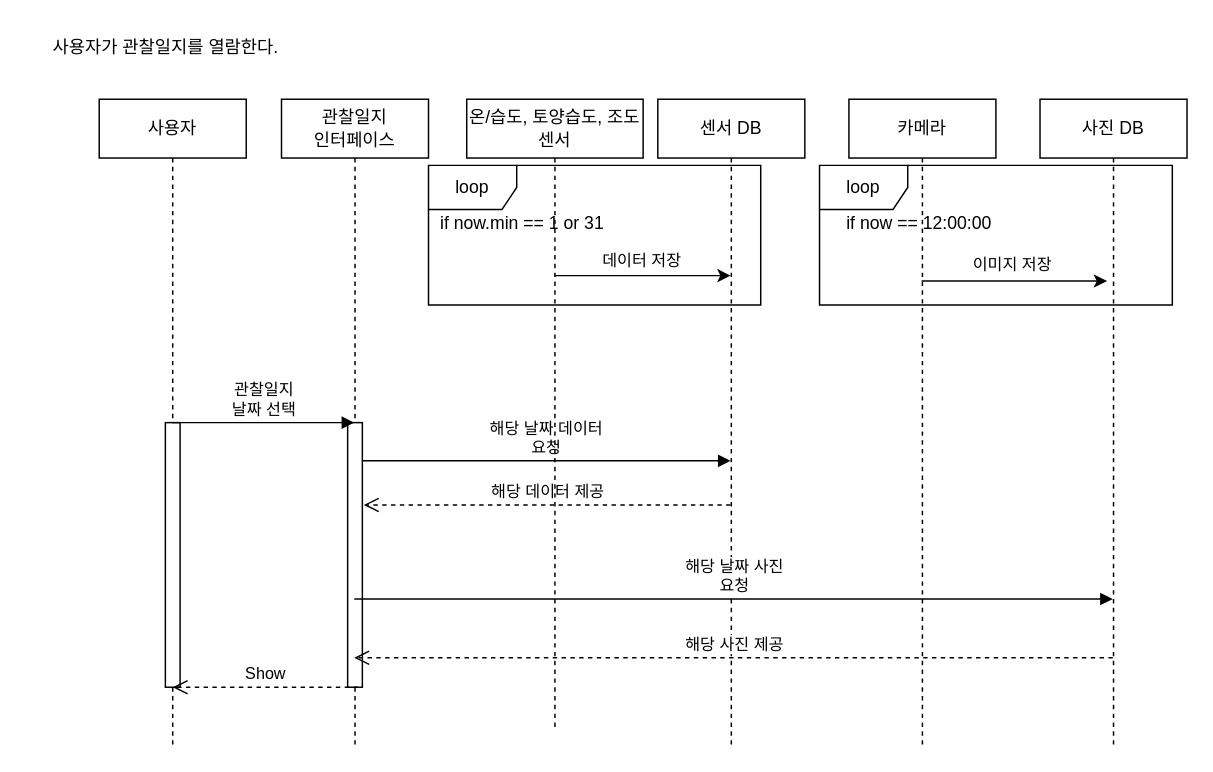
Above: 5주차/시퀀스 다이어그램/diary_sqd.drawio in sonmyungwon/Software-Development (draw.io), before the change. Source tidied: cells renumbered, new cells numbered last; positions are measured from the earlier drawing's top-left corner, leaving out a move shared by most shapes. Both pictures are drawn from the tidied source at 147%, with x=0, y=0 at pixel (25, 25).
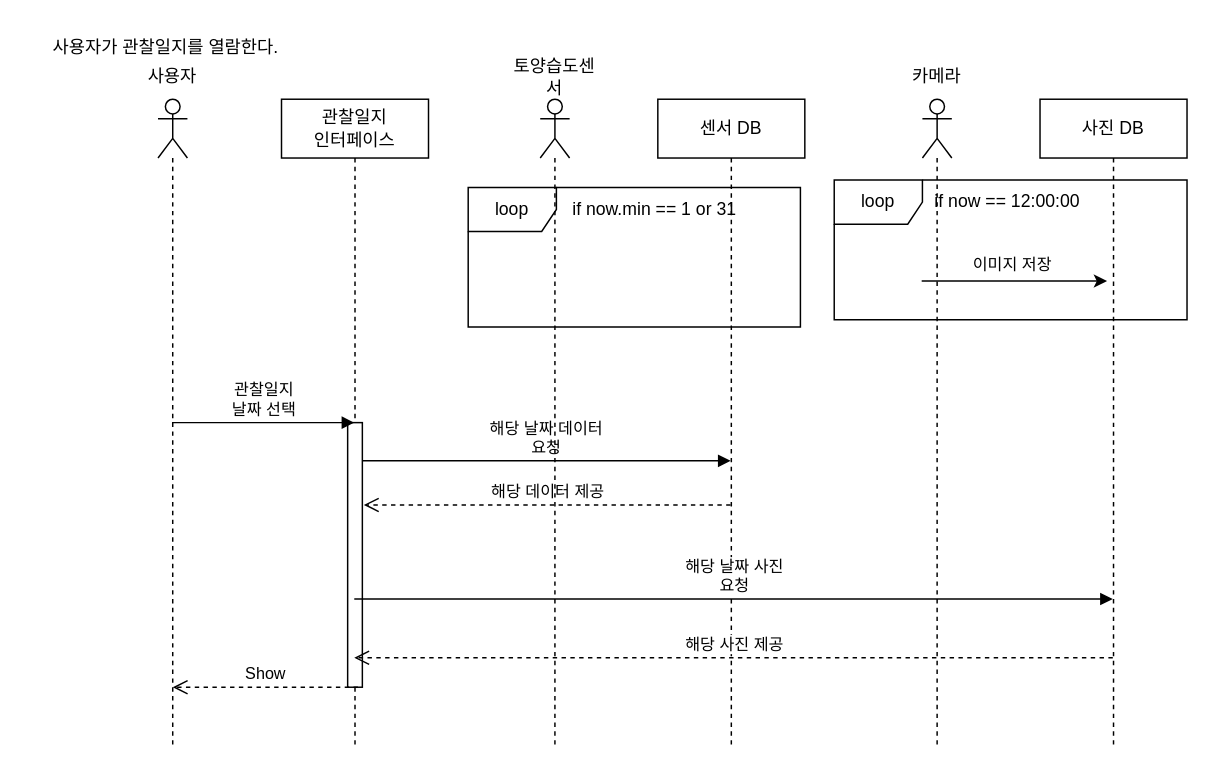
Above is the later version.

Unchanged cells that the change refers to:
```xml
<mxCell id="4" value="관찰일지&lt;br&gt;인터페이스" style="shape=umlLifeline;perimeter=lifelinePerimeter;whiteSpace=wrap;html=1;outlineConnect=0;" parent="1" vertex="1">
  <mxGeometry x="174" y="50" width="100" height="440" as="geometry" />
</mxCell>
<mxCell id="8" value="센서 DB" style="shape=umlLifeline;perimeter=lifelinePerimeter;whiteSpace=wrap;html=1;outlineConnect=0;" parent="1" vertex="1">
  <mxGeometry x="430" y="50" width="100" height="440" as="geometry" />
</mxCell>
<mxCell id="10" value="사진 DB" style="shape=umlLifeline;perimeter=lifelinePerimeter;whiteSpace=wrap;html=1;outlineConnect=0;" parent="1" vertex="1">
  <mxGeometry x="690" y="50" width="100" height="440" as="geometry" />
</mxCell>
```

What changed in the source:
```diff
@@
-    <mxCell id="2" value="사용자" style="shape=umlLifeline;perimeter=lifelinePerimeter;whiteSpace=wrap;html=1;outlineConnect=0;" parent="1" vertex="1">
-      <mxGeometry x="50" y="50" width="100" height="440" as="geometry" />
-    </mxCell>
-    <mxCell id="3" style="html=1;perimeter=orthogonalPerimeter;" parent="2" vertex="1">
-      <mxGeometry x="45" y="220" width="10" height="180" as="geometry" />
-    </mxCell>
@@
-    <mxCell id="6" value="관찰일지&lt;br&gt;날짜 선택" style="html=1;verticalAlign=bottom;endArrow=block;rounded=0;" parent="1" edge="1" source="2" target="4">
-      <mxGeometry relative="1" as="geometry" />
+    <mxCell id="6" value="관찰일지&lt;br&gt;날짜 선택" style="html=1;verticalAlign=bottom;endArrow=block;rounded=0;" parent="1" edge="1" target="4">
+      <mxGeometry relative="1" as="geometry">
+        <mxPoint x="99.5" y="270" as="sourcePoint" />
+      </mxGeometry>
     </mxCell>
@@
-    <mxCell id="9" value="카메라" style="shape=umlLifeline;perimeter=lifelinePerimeter;whiteSpace=wrap;html=1;outlineConnect=0;" parent="1" vertex="1">
-      <mxGeometry x="560" y="50" width="100" height="440" as="geometry" />
-    </mxCell>
+    <mxCell id="20" value="loop" style="shape=umlFrame;whiteSpace=wrap;html=1;" parent="8" vertex="1">
+      <mxGeometry x="-129" y="60" width="226" height="95" as="geometry" />
+    </mxCell>
+    <mxCell id="21" value="if now.min == 1 or 31" style="text;html=1;strokeColor=none;fillColor=none;align=center;verticalAlign=middle;whiteSpace=wrap;rounded=0;" parent="8" vertex="1">
+      <mxGeometry x="-60" y="60" width="116" height="30" as="geometry" />
+    </mxCell>
@@
-    <mxCell id="11" value="loop" style="shape=umlFrame;whiteSpace=wrap;html=1;" parent="10" vertex="1">
-      <mxGeometry x="-150" y="45" width="240" height="95" as="geometry" />
-    </mxCell>
-    <mxCell id="12" value="if now == 12:00:00" style="text;html=1;strokeColor=none;fillColor=none;align=center;verticalAlign=middle;whiteSpace=wrap;rounded=0;" parent="10" vertex="1">
-      <mxGeometry x="-140" y="70" width="116" height="30" as="geometry" />
-    </mxCell>
-    <mxCell id="13" style="endArrow=classic;html=1;rounded=0;entryX=0.06;entryY=0.244;entryDx=0;entryDy=0;entryPerimeter=0;" parent="1" edge="1" source="9">
+    <mxCell id="13" style="endArrow=classic;html=1;rounded=0;entryX=0.06;entryY=0.244;entryDx=0;entryDy=0;entryPerimeter=0;" parent="1" edge="1">
       <mxGeometry relative="1" as="geometry">
+        <mxPoint x="609.5" y="173.7" as="sourcePoint" />
         <mxPoint x="735.6" y="173.7" as="targetPoint" />
       </mxGeometry>
     </mxCell>
@@
-    <mxCell id="19" value="온/습도, 토양습도, 조도 센서" style="shape=umlLifeline;perimeter=lifelinePerimeter;whiteSpace=wrap;html=1;" parent="1" vertex="1">
-      <mxGeometry x="300" y="50" width="120" height="430" as="geometry" />
-    </mxCell>
-    <mxCell id="20" value="loop" style="shape=umlFrame;whiteSpace=wrap;html=1;" parent="19" vertex="1">
-      <mxGeometry x="-26" y="45" width="226" height="95" as="geometry" />
-    </mxCell>
-    <mxCell id="21" value="if now.min == 1 or 31" style="text;html=1;strokeColor=none;fillColor=none;align=center;verticalAlign=middle;whiteSpace=wrap;rounded=0;" parent="19" vertex="1">
-      <mxGeometry x="-20" y="70" width="116" height="30" as="geometry" />
-    </mxCell>
-    <mxCell id="22" style="endArrow=classic;html=1;rounded=0;" parent="19" edge="1" target="8">
-      <mxGeometry relative="1" as="geometry">
-        <mxPoint x="60" y="120" as="sourcePoint" />
-      </mxGeometry>
-    </mxCell>
-    <mxCell id="23" value="데이터 저장" style="edgeLabel;html=1;align=center;verticalAlign=middle;" parent="22" vertex="1">
-      <mxGeometry x="-0.29" y="1" relative="1" as="geometry">
-        <mxPoint x="16" y="-10" as="offset" />
-      </mxGeometry>
-    </mxCell>
@@
+    <mxCell id="25" style="shape=umlLifeline;participant=umlActor;perimeter=lifelinePerimeter;whiteSpace=wrap;html=1;verticalAlign=top;spacingTop=36;" parent="1" vertex="1">
+      <mxGeometry x="90" y="50" width="20" height="440" as="geometry" />
+    </mxCell>
+    <mxCell id="26" style="shape=umlLifeline;participant=umlActor;perimeter=lifelinePerimeter;whiteSpace=wrap;html=1;verticalAlign=top;spacingTop=36;" parent="1" vertex="1">
+      <mxGeometry x="350" y="50" width="20" height="440" as="geometry" />
+    </mxCell>
+    <mxCell id="27" style="shape=umlLifeline;participant=umlActor;perimeter=lifelinePerimeter;whiteSpace=wrap;html=1;verticalAlign=top;spacingTop=36;" parent="1" vertex="1">
+      <mxGeometry x="610" y="50" width="20" height="440" as="geometry" />
+    </mxCell>
+    <mxCell id="2" value="사용자" style="text;html=1;strokeColor=none;fillColor=none;align=center;verticalAlign=middle;whiteSpace=wrap;rounded=0;" parent="1" vertex="1">
+      <mxGeometry x="70" y="20" width="60" height="30" as="geometry" />
+    </mxCell>
+    <mxCell id="28" value="토양습도센서" style="text;html=1;strokeColor=none;fillColor=none;align=center;verticalAlign=middle;whiteSpace=wrap;rounded=0;" parent="1" vertex="1">
+      <mxGeometry x="330" y="20" width="60" height="30" as="geometry" />
+    </mxCell>
+    <mxCell id="9" value="카메라" style="text;html=1;strokeColor=none;fillColor=none;align=center;verticalAlign=middle;whiteSpace=wrap;rounded=0;" parent="1" vertex="1">
+      <mxGeometry x="590" y="20" width="60" height="30" as="geometry" />
+    </mxCell>
+    <mxCell id="11" value="loop" style="shape=umlFrame;whiteSpace=wrap;html=1;width=60;height=30;" parent="1" vertex="1">
+      <mxGeometry x="550" y="105" width="240" height="95" as="geometry" />
+    </mxCell>
+    <mxCell id="12" value="if now == 12:00:00" style="text;html=1;strokeColor=none;fillColor=none;align=center;verticalAlign=middle;whiteSpace=wrap;rounded=0;" parent="1" vertex="1">
+      <mxGeometry x="610" y="105" width="116" height="30" as="geometry" />
+    </mxCell>
```
